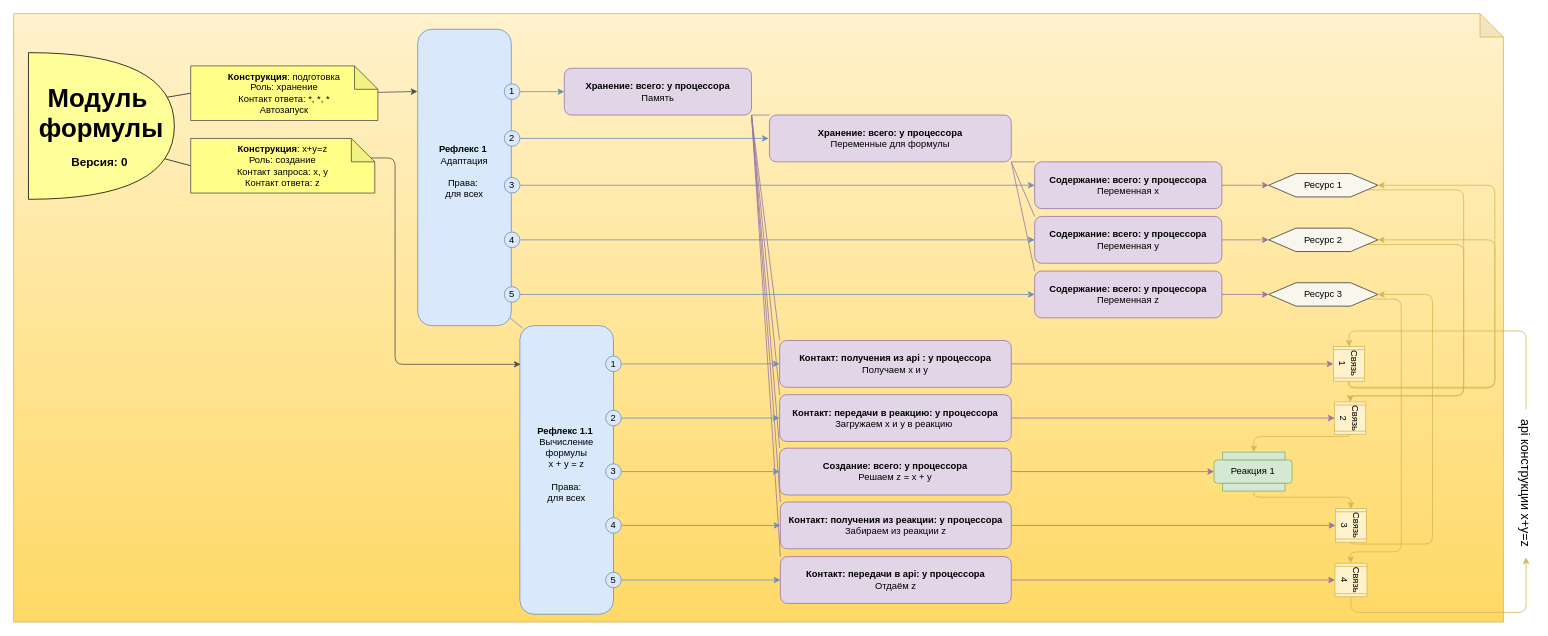
it-architector/invention.csdr keeps this draw.io diagram as Картинки/Module.drawio. Above is the earlier version. Source tidied: cells renumbered, new cells numbered last; positions are measured from the earlier drawing's top-left corner, leaving out a move shared by most shapes. Both pictures are drawn from the tidied source at 78%, with x=0, y=0 at pixel (13, 13).
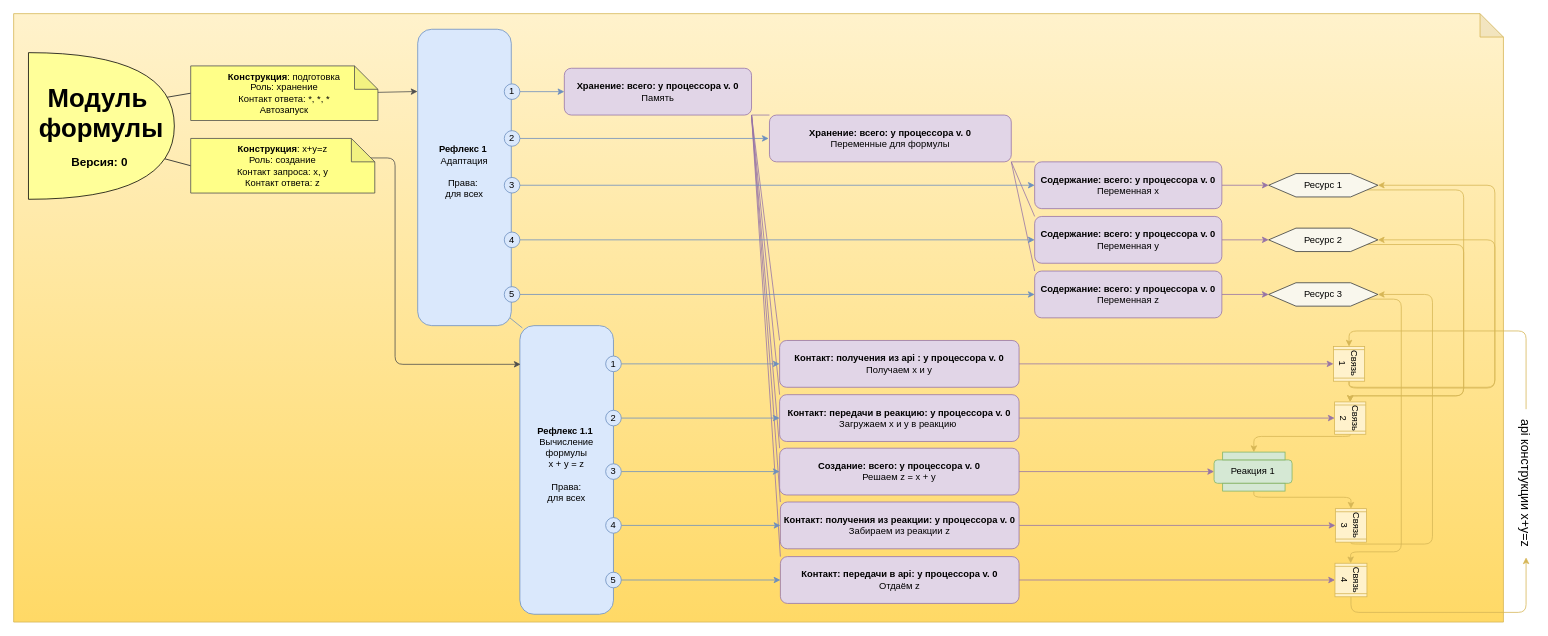
The same page after the edit.

Diff of the diagram source:
```diff
@@
-    <mxCell id="9" value="&lt;b&gt;Хранение: всего: у&amp;nbsp;&lt;/b&gt;&lt;b&gt;процессора&lt;/b&gt;&lt;br&gt;Память" style="rounded=1;whiteSpace=wrap;html=1;fillColor=#E1D5E7;strokeColor=#9673A6;gradientColor=none;" parent="1" vertex="1">
+    <mxCell id="9" value="&lt;b&gt;Хранение: всего: у&amp;nbsp;&lt;/b&gt;&lt;b&gt;процессора v. 0&lt;/b&gt;&lt;br&gt;Память" style="rounded=1;whiteSpace=wrap;html=1;fillColor=#E1D5E7;strokeColor=#9673A6;gradientColor=none;" parent="1" vertex="1">
       <mxGeometry x="706" y="70" width="240" height="60" as="geometry" />
     </mxCell>
@@
-    <mxCell id="11" value="&lt;b&gt;Содержание: всего: у&amp;nbsp;&lt;/b&gt;&lt;b&gt;процессора&lt;/b&gt;&lt;br&gt;Переменная z" style="rounded=1;whiteSpace=wrap;html=1;fillColor=#e1d5e7;strokeColor=#9673a6;" parent="1" vertex="1">
+    <mxCell id="11" value="&lt;b&gt;Содержание: всего: у&amp;nbsp;&lt;/b&gt;&lt;b&gt;процессора&lt;/b&gt;&lt;b&gt;&amp;nbsp;v. 0&lt;/b&gt;&lt;br&gt;Переменная z" style="rounded=1;whiteSpace=wrap;html=1;fillColor=#e1d5e7;strokeColor=#9673a6;" parent="1" vertex="1">
       <mxGeometry x="1309" y="330" width="240" height="60" as="geometry" />
     </mxCell>
@@
-    <mxCell id="18" value="&lt;b&gt;Хранение: всего: у&amp;nbsp;&lt;/b&gt;&lt;b&gt;процессора&lt;/b&gt;&lt;br&gt;Переменные для формулы" style="rounded=1;whiteSpace=wrap;html=1;fillColor=#e1d5e7;strokeColor=#9673a6;gradientColor=none;" parent="1" vertex="1">
+    <mxCell id="18" value="&lt;b&gt;Хранение: всего: у&amp;nbsp;&lt;/b&gt;&lt;b&gt;процессора&lt;/b&gt;&lt;b&gt;&amp;nbsp;v. 0&lt;/b&gt;&lt;br&gt;Переменные для формулы" style="rounded=1;whiteSpace=wrap;html=1;fillColor=#e1d5e7;strokeColor=#9673a6;gradientColor=none;" parent="1" vertex="1">
       <mxGeometry x="969" y="130" width="310" height="60" as="geometry" />
     </mxCell>
@@
-    <mxCell id="20" value="&lt;b&gt;Содержание: всего: у&amp;nbsp;&lt;/b&gt;&lt;b&gt;процессора&lt;/b&gt;&lt;br&gt;Переменная x" style="rounded=1;whiteSpace=wrap;html=1;fillColor=#e1d5e7;strokeColor=#9673A6;" parent="1" vertex="1">
+    <mxCell id="20" value="&lt;b&gt;Содержание: всего: у&amp;nbsp;&lt;/b&gt;&lt;b&gt;процессора&lt;/b&gt;&lt;b&gt;&amp;nbsp;v. 0&lt;/b&gt;&lt;br&gt;Переменная x" style="rounded=1;whiteSpace=wrap;html=1;fillColor=#e1d5e7;strokeColor=#9673A6;" parent="1" vertex="1">
       <mxGeometry x="1309" y="190" width="240" height="60" as="geometry" />
     </mxCell>
@@
-    <mxCell id="22" value="&lt;b&gt;Содержание: всего: у&amp;nbsp;&lt;/b&gt;&lt;b&gt;процессора&lt;/b&gt;&lt;br&gt;Переменная y" style="rounded=1;whiteSpace=wrap;html=1;fillColor=#e1d5e7;strokeColor=#9673a6;" parent="1" vertex="1">
+    <mxCell id="22" value="&lt;b&gt;Содержание: всего: у&amp;nbsp;&lt;/b&gt;&lt;b&gt;процессора&lt;/b&gt;&lt;b&gt;&amp;nbsp;v. 0&lt;/b&gt;&lt;br&gt;Переменная y" style="rounded=1;whiteSpace=wrap;html=1;fillColor=#e1d5e7;strokeColor=#9673a6;" parent="1" vertex="1">
       <mxGeometry x="1309" y="260" width="240" height="60" as="geometry" />
     </mxCell>
@@
-    <mxCell id="24" value="&lt;b&gt;Контакт&lt;/b&gt;&lt;b&gt;:&amp;nbsp;&lt;/b&gt;&lt;b&gt;получения из&amp;nbsp;&lt;/b&gt;&lt;b&gt;api : у&amp;nbsp;&lt;/b&gt;&lt;b&gt;процессора&lt;/b&gt;&lt;br&gt;Получаем x и y" style="rounded=1;whiteSpace=wrap;html=1;fillColor=#e1d5e7;strokeColor=#9673A6;gradientColor=none;" parent="1" vertex="1">
-      <mxGeometry x="982" y="419" width="297" height="60" as="geometry" />
+    <mxCell id="24" value="&lt;b&gt;Контакт&lt;/b&gt;&lt;b&gt;:&amp;nbsp;&lt;/b&gt;&lt;b&gt;получения из&amp;nbsp;&lt;/b&gt;&lt;b&gt;api : у&amp;nbsp;&lt;/b&gt;&lt;b&gt;процессора&lt;/b&gt;&lt;b&gt;&amp;nbsp;v. 0&lt;/b&gt;&lt;br&gt;Получаем x и y" style="rounded=1;whiteSpace=wrap;html=1;fillColor=#e1d5e7;strokeColor=#9673A6;gradientColor=none;" parent="1" vertex="1">
+      <mxGeometry x="982" y="419" width="307" height="60" as="geometry" />
     </mxCell>
@@
-    <mxCell id="26" value="&lt;b&gt;Контакт: передачи в реакцию: у&amp;nbsp;&lt;/b&gt;&lt;b&gt;процессора&lt;/b&gt;&lt;br&gt;Загружаем x и y в реакцию&amp;nbsp;" style="rounded=1;whiteSpace=wrap;html=1;fillColor=#e1d5e7;strokeColor=#9673a6;gradientColor=none;" parent="1" vertex="1">
-      <mxGeometry x="982" y="488.5" width="297" height="60" as="geometry" />
+    <mxCell id="26" value="&lt;b&gt;Контакт: передачи в реакцию: у&amp;nbsp;&lt;/b&gt;&lt;b&gt;процессора&lt;/b&gt;&lt;b&gt;&amp;nbsp;v. 0&lt;/b&gt;&lt;br&gt;Загружаем x и y в реакцию&amp;nbsp;" style="rounded=1;whiteSpace=wrap;html=1;fillColor=#e1d5e7;strokeColor=#9673a6;gradientColor=none;" parent="1" vertex="1">
+      <mxGeometry x="982" y="488.5" width="307" height="60" as="geometry" />
     </mxCell>
@@
-    <mxCell id="28" value="&lt;b&gt;Контакт&lt;/b&gt;&lt;b&gt;: получения из реакции: у&amp;nbsp;&lt;/b&gt;&lt;b&gt;процессора&lt;/b&gt;&lt;br&gt;Забираем из реакции z" style="rounded=1;whiteSpace=wrap;html=1;fillColor=#e1d5e7;strokeColor=#9673a6;gradientColor=none;" parent="1" vertex="1">
-      <mxGeometry x="983" y="626.1" width="296" height="60" as="geometry" />
+    <mxCell id="28" value="&lt;b&gt;Контакт&lt;/b&gt;&lt;b&gt;: получения из реакции: у&amp;nbsp;&lt;/b&gt;&lt;b&gt;процессора&lt;/b&gt;&lt;b&gt;&amp;nbsp;v. 0&lt;/b&gt;&lt;br&gt;Забираем из реакции z" style="rounded=1;whiteSpace=wrap;html=1;fillColor=#e1d5e7;strokeColor=#9673a6;gradientColor=none;" parent="1" vertex="1">
+      <mxGeometry x="983" y="626.1" width="306" height="60" as="geometry" />
     </mxCell>
@@
-    <mxCell id="30" value="&lt;b&gt;Контакт&lt;/b&gt;&lt;b&gt;: передачи в api: у&amp;nbsp;&lt;/b&gt;&lt;b&gt;процессора&lt;/b&gt;&lt;br&gt;Отдаём z" style="rounded=1;whiteSpace=wrap;html=1;fillColor=#e1d5e7;strokeColor=#9673a6;gradientColor=none;" parent="1" vertex="1">
-      <mxGeometry x="983" y="696.1" width="296" height="60" as="geometry" />
+    <mxCell id="30" value="&lt;b&gt;Контакт&lt;/b&gt;&lt;b&gt;: передачи в api: у&amp;nbsp;&lt;/b&gt;&lt;b&gt;процессора&lt;/b&gt;&lt;b&gt;&amp;nbsp;v. 0&lt;/b&gt;&lt;br&gt;Отдаём z" style="rounded=1;whiteSpace=wrap;html=1;fillColor=#e1d5e7;strokeColor=#9673a6;gradientColor=none;" parent="1" vertex="1">
+      <mxGeometry x="983" y="696.1" width="306" height="60" as="geometry" />
     </mxCell>
@@
-    <mxCell id="32" value="&lt;b&gt;Создание: всего: у&amp;nbsp;&lt;/b&gt;&lt;b&gt;процессора&lt;/b&gt;&lt;br&gt;Решаем z = x + y" style="rounded=1;whiteSpace=wrap;html=1;fillColor=#e1d5e7;strokeColor=#9673a6;" parent="1" vertex="1">
-      <mxGeometry x="982" y="557.1" width="297" height="60" as="geometry" />
+    <mxCell id="32" value="&lt;b&gt;Создание: всего: у&amp;nbsp;&lt;/b&gt;&lt;b&gt;процессора&lt;/b&gt;&lt;b&gt;&amp;nbsp;v. 0&lt;/b&gt;&lt;br&gt;Решаем z = x + y" style="rounded=1;whiteSpace=wrap;html=1;fillColor=#e1d5e7;strokeColor=#9673a6;" parent="1" vertex="1">
+      <mxGeometry x="982" y="557.1" width="307" height="60" as="geometry" />
     </mxCell>
```
